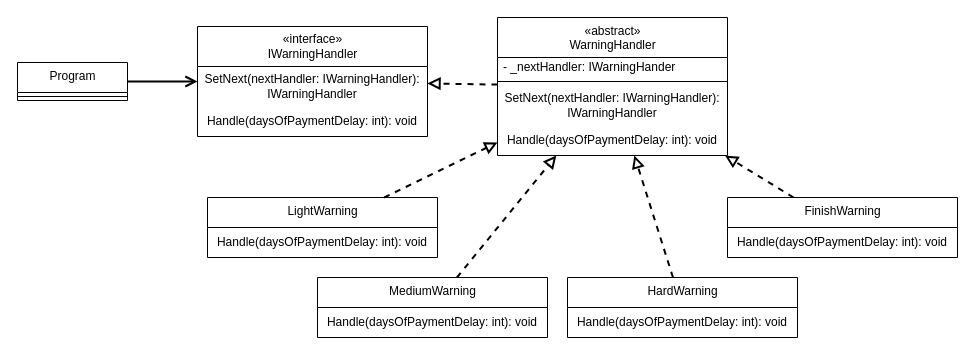
This is DesignPatterns/Behavioral/ChainOfResponsibility/Uml/chainOfResponsibility.drawio from krystianpetek/DesignPatterns, a draw.io file, before an edit. Source tidied: cells renumbered, new cells numbered last; positions are measured from the earlier drawing's top-left corner, leaving out a move shared by most shapes. Both pictures are drawn from the tidied source at 100%, with x=0, y=0 at pixel (17, 17).
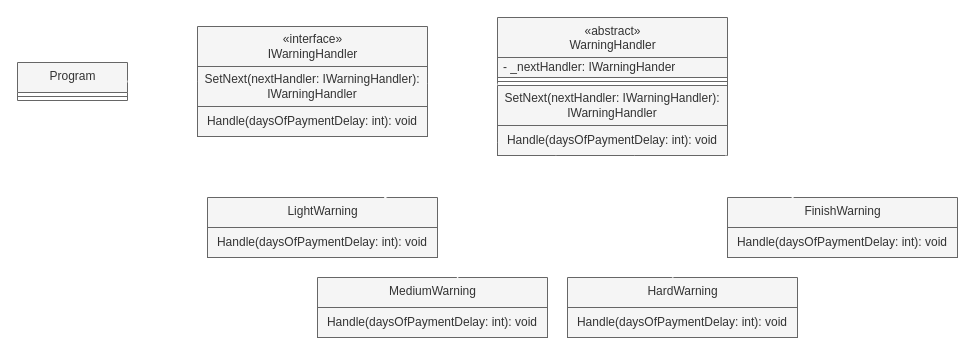
The same page after the edit.

Commit message (it also covers changes not shown here):
Added another Chain of responsibility pattern with notifications example

Diff of the diagram source:
```diff
@@
-    <mxCell id="2" value="&lt;span style=&quot;font-weight: 400;&quot;&gt;«interface»&lt;br&gt;IWarningHandler&lt;br&gt;&lt;/span&gt;" style="swimlane;fontStyle=1;align=center;verticalAlign=middle;horizontal=1;startSize=40;html=1;" parent="1" vertex="1">
+    <mxCell id="2" value="&lt;span style=&quot;font-weight: 400;&quot;&gt;«interface»&lt;br&gt;IWarningHandler&lt;br&gt;&lt;/span&gt;" style="swimlane;fontStyle=1;align=center;verticalAlign=middle;horizontal=1;startSize=40;html=1;fillColor=#f5f5f5;fontColor=#333333;strokeColor=#666666;" parent="1" vertex="1">
       <mxGeometry x="180" y="9" width="230" height="110" as="geometry" />
     </mxCell>
-    <mxCell id="3" value="SetNext(nextHandler: IWarningHandler):&lt;br&gt;IWarningHandler" style="text;html=1;strokeColor=none;fillColor=none;align=center;verticalAlign=middle;spacingLeft=4;spacingRight=4;overflow=hidden;" parent="2" vertex="1">
+    <mxCell id="3" value="SetNext(nextHandler: IWarningHandler):&lt;br&gt;IWarningHandler" style="text;html=1;strokeColor=#666666;fillColor=#f5f5f5;align=center;verticalAlign=middle;spacingLeft=4;spacingRight=4;overflow=hidden;fontColor=#333333;" parent="2" vertex="1">
       <mxGeometry y="40" width="230" height="40" as="geometry" />
     </mxCell>
-    <mxCell id="4" value="Handle(daysOfPaymentDelay: int): void" style="text;html=1;strokeColor=none;fillColor=none;align=center;verticalAlign=middle;spacingLeft=4;spacingRight=4;overflow=hidden;" parent="2" vertex="1">
+    <mxCell id="4" value="Handle(daysOfPaymentDelay: int): void" style="text;html=1;strokeColor=#666666;fillColor=#f5f5f5;align=center;verticalAlign=middle;spacingLeft=4;spacingRight=4;overflow=hidden;fontColor=#333333;" parent="2" vertex="1">
       <mxGeometry y="80" width="230" height="30" as="geometry" />
     </mxCell>
-    <mxCell id="5" value="Program" style="swimlane;fontStyle=0;align=center;verticalAlign=top;horizontal=1;startSize=30;html=1;" parent="1" vertex="1">
+    <mxCell id="5" value="Program" style="swimlane;fontStyle=0;align=center;verticalAlign=top;horizontal=1;startSize=30;html=1;fillColor=#f5f5f5;fontColor=#333333;strokeColor=#666666;" parent="1" vertex="1">
       <mxGeometry y="45" width="110" height="38" as="geometry" />
     </mxCell>
-    <mxCell id="6" style="line;strokeWidth=1;fillColor=none;align=left;verticalAlign=middle;spacingTop=-1;spacingLeft=3;spacingRight=3;labelPosition=right;" parent="5" vertex="1">
+    <mxCell id="6" style="line;strokeWidth=1;fillColor=#f5f5f5;align=left;verticalAlign=middle;spacingTop=-1;spacingLeft=3;spacingRight=3;labelPosition=right;fontColor=#333333;strokeColor=#666666;" parent="5" vertex="1">
       <mxGeometry y="30" width="110" height="8" as="geometry" />
     </mxCell>
-    <mxCell id="7" style="endArrow=open;startArrow=none;endFill=0;startFill=0;endSize=8;html=1;verticalAlign=bottom;labelBackgroundColor=none;strokeWidth=2;sketch=0;" parent="1" edge="1" source="5" target="2">
+    <mxCell id="7" style="endArrow=open;startArrow=none;endFill=0;startFill=0;endSize=8;html=1;verticalAlign=bottom;labelBackgroundColor=none;strokeWidth=2;sketch=0;fillColor=#f5f5f5;strokeColor=#FFFFFF;" parent="1" edge="1" source="5" target="2">
       <mxGeometry relative="1" as="geometry" />
     </mxCell>
-    <mxCell id="8" value="«abstract»&lt;br&gt;WarningHandler" style="swimlane;fontStyle=0;align=center;verticalAlign=top;horizontal=1;startSize=40;html=1;" parent="1" vertex="1">
+    <mxCell id="8" value="«abstract»&lt;br&gt;WarningHandler" style="swimlane;fontStyle=0;align=center;verticalAlign=top;horizontal=1;startSize=40;html=1;fillColor=#f5f5f5;fontColor=#333333;strokeColor=#666666;" parent="1" vertex="1">
       <mxGeometry x="480" width="230" height="138" as="geometry" />
     </mxCell>
-    <mxCell id="9" value="- _nextHandler: IWarningHander" style="text;html=1;strokeColor=none;fillColor=none;align=left;verticalAlign=middle;spacingLeft=4;spacingRight=4;overflow=hidden;" parent="8" vertex="1">
+    <mxCell id="9" value="- _nextHandler: IWarningHander" style="text;html=1;strokeColor=#666666;fillColor=#f5f5f5;align=left;verticalAlign=middle;spacingLeft=4;spacingRight=4;overflow=hidden;fontColor=#333333;" parent="8" vertex="1">
       <mxGeometry y="40" width="230" height="20" as="geometry" />
     </mxCell>
-    <mxCell id="10" style="line;strokeWidth=1;fillColor=none;align=left;verticalAlign=middle;spacingTop=-1;spacingLeft=3;spacingRight=3;labelPosition=right;" parent="8" vertex="1">
+    <mxCell id="10" style="line;strokeWidth=1;fillColor=#f5f5f5;align=left;verticalAlign=middle;spacingTop=-1;spacingLeft=3;spacingRight=3;labelPosition=right;fontColor=#333333;strokeColor=#666666;" parent="8" vertex="1">
       <mxGeometry y="60" width="230" height="8" as="geometry" />
     </mxCell>
-    <mxCell id="11" value="SetNext(nextHandler: IWarningHandler):&lt;br&gt;IWarningHandler" style="text;html=1;strokeColor=none;fillColor=none;align=center;verticalAlign=middle;spacingLeft=4;spacingRight=4;overflow=hidden;" parent="8" vertex="1">
+    <mxCell id="11" value="SetNext(nextHandler: IWarningHandler):&lt;br&gt;IWarningHandler" style="text;html=1;strokeColor=#666666;fillColor=#f5f5f5;align=center;verticalAlign=middle;spacingLeft=4;spacingRight=4;overflow=hidden;fontColor=#333333;" parent="8" vertex="1">
       <mxGeometry y="68" width="230" height="40" as="geometry" />
     </mxCell>
-    <mxCell id="12" value="Handle(daysOfPaymentDelay: int): void" style="text;html=1;strokeColor=none;fillColor=none;align=center;verticalAlign=middle;spacingLeft=4;spacingRight=4;overflow=hidden;" parent="8" vertex="1">
+    <mxCell id="12" value="Handle(daysOfPaymentDelay: int): void" style="text;html=1;strokeColor=#666666;fillColor=#f5f5f5;align=center;verticalAlign=middle;spacingLeft=4;spacingRight=4;overflow=hidden;fontColor=#333333;" parent="8" vertex="1">
       <mxGeometry y="108" width="230" height="30" as="geometry" />
     </mxCell>
-    <mxCell id="13" style="endArrow=block;startArrow=none;endFill=0;startFill=0;endSize=8;html=1;verticalAlign=bottom;dashed=1;labelBackgroundColor=none;sketch=0;strokeWidth=2;" parent="1" edge="1" source="8" target="2">
+    <mxCell id="13" style="endArrow=block;startArrow=none;endFill=0;startFill=0;endSize=8;html=1;verticalAlign=bottom;dashed=1;labelBackgroundColor=none;sketch=0;strokeWidth=2;fillColor=#f5f5f5;strokeColor=#FFFFFF;" parent="1" edge="1" source="8" target="2">
       <mxGeometry relative="1" as="geometry" />
     </mxCell>
-    <mxCell id="14" value="LightWarning" style="swimlane;fontStyle=0;align=center;verticalAlign=top;horizontal=1;startSize=30;html=1;" parent="1" vertex="1">
+    <mxCell id="14" value="LightWarning" style="swimlane;fontStyle=0;align=center;verticalAlign=top;horizontal=1;startSize=30;html=1;fillColor=#f5f5f5;fontColor=#333333;strokeColor=#666666;" parent="1" vertex="1">
       <mxGeometry x="190" y="180" width="230" height="60" as="geometry" />
     </mxCell>
-    <mxCell id="15" value="Handle(daysOfPaymentDelay: int): void" style="text;html=1;strokeColor=none;fillColor=none;align=center;verticalAlign=middle;spacingLeft=4;spacingRight=4;overflow=hidden;" parent="14" vertex="1">
+    <mxCell id="15" value="Handle(daysOfPaymentDelay: int): void" style="text;html=1;strokeColor=#666666;fillColor=#f5f5f5;align=center;verticalAlign=middle;spacingLeft=4;spacingRight=4;overflow=hidden;fontColor=#333333;" parent="14" vertex="1">
       <mxGeometry y="30" width="230" height="30" as="geometry" />
     </mxCell>
-    <mxCell id="16" style="endArrow=block;startArrow=none;endFill=0;startFill=0;endSize=8;html=1;verticalAlign=bottom;dashed=1;labelBackgroundColor=none;sketch=0;strokeWidth=2;" parent="1" edge="1" source="14" target="8">
+    <mxCell id="16" style="endArrow=block;startArrow=none;endFill=0;startFill=0;endSize=8;html=1;verticalAlign=bottom;dashed=1;labelBackgroundColor=none;sketch=0;strokeWidth=2;fillColor=#f5f5f5;strokeColor=#FFFFFF;" parent="1" edge="1" source="14" target="8">
       <mxGeometry relative="1" as="geometry" />
     </mxCell>
-    <mxCell id="17" value="MediumWarning" style="swimlane;fontStyle=0;align=center;verticalAlign=top;horizontal=1;startSize=30;html=1;" parent="1" vertex="1">
+    <mxCell id="17" value="MediumWarning" style="swimlane;fontStyle=0;align=center;verticalAlign=top;horizontal=1;startSize=30;html=1;fillColor=#f5f5f5;fontColor=#333333;strokeColor=#666666;" parent="1" vertex="1">
       <mxGeometry x="300" y="260" width="230" height="60" as="geometry" />
     </mxCell>
-    <mxCell id="18" value="Handle(daysOfPaymentDelay: int): void" style="text;html=1;strokeColor=none;fillColor=none;align=center;verticalAlign=middle;spacingLeft=4;spacingRight=4;overflow=hidden;" parent="17" vertex="1">
+    <mxCell id="18" value="Handle(daysOfPaymentDelay: int): void" style="text;html=1;strokeColor=#666666;fillColor=#f5f5f5;align=center;verticalAlign=middle;spacingLeft=4;spacingRight=4;overflow=hidden;fontColor=#333333;" parent="17" vertex="1">
       <mxGeometry y="30" width="230" height="30" as="geometry" />
     </mxCell>
-    <mxCell id="19" style="endArrow=block;startArrow=none;endFill=0;startFill=0;endSize=8;html=1;verticalAlign=bottom;dashed=1;labelBackgroundColor=none;sketch=0;strokeWidth=2;" parent="1" edge="1" source="17" target="8">
+    <mxCell id="19" style="endArrow=block;startArrow=none;endFill=0;startFill=0;endSize=8;html=1;verticalAlign=bottom;dashed=1;labelBackgroundColor=none;sketch=0;strokeWidth=2;fillColor=#f5f5f5;strokeColor=#FFFFFF;" parent="1" edge="1" source="17" target="8">
       <mxGeometry relative="1" as="geometry" />
     </mxCell>
-    <mxCell id="20" value="FinishWarning" style="swimlane;fontStyle=0;align=center;verticalAlign=top;horizontal=1;startSize=30;html=1;" parent="1" vertex="1">
+    <mxCell id="20" value="FinishWarning" style="swimlane;fontStyle=0;align=center;verticalAlign=top;horizontal=1;startSize=30;html=1;fillColor=#f5f5f5;fontColor=#333333;strokeColor=#666666;" parent="1" vertex="1">
       <mxGeometry x="710" y="180" width="230" height="60" as="geometry" />
     </mxCell>
-    <mxCell id="21" value="Handle(daysOfPaymentDelay: int): void" style="text;html=1;strokeColor=none;fillColor=none;align=center;verticalAlign=middle;spacingLeft=4;spacingRight=4;overflow=hidden;" parent="20" vertex="1">
+    <mxCell id="21" value="Handle(daysOfPaymentDelay: int): void" style="text;html=1;strokeColor=#666666;fillColor=#f5f5f5;align=center;verticalAlign=middle;spacingLeft=4;spacingRight=4;overflow=hidden;fontColor=#333333;" parent="20" vertex="1">
       <mxGeometry y="30" width="230" height="30" as="geometry" />
     </mxCell>
-    <mxCell id="22" value="HardWarning" style="swimlane;fontStyle=0;align=center;verticalAlign=top;horizontal=1;startSize=30;html=1;" parent="1" vertex="1">
+    <mxCell id="22" value="HardWarning" style="swimlane;fontStyle=0;align=center;verticalAlign=top;horizontal=1;startSize=30;html=1;fillColor=#f5f5f5;fontColor=#333333;strokeColor=#666666;" parent="1" vertex="1">
       <mxGeometry x="550" y="260" width="230" height="60" as="geometry" />
     </mxCell>
-    <mxCell id="23" value="Handle(daysOfPaymentDelay: int): void" style="text;html=1;strokeColor=none;fillColor=none;align=center;verticalAlign=middle;spacingLeft=4;spacingRight=4;overflow=hidden;" parent="22" vertex="1">
+    <mxCell id="23" value="Handle(daysOfPaymentDelay: int): void" style="text;html=1;strokeColor=#666666;fillColor=#f5f5f5;align=center;verticalAlign=middle;spacingLeft=4;spacingRight=4;overflow=hidden;fontColor=#333333;" parent="22" vertex="1">
       <mxGeometry y="30" width="230" height="30" as="geometry" />
     </mxCell>
-    <mxCell id="24" style="endArrow=block;startArrow=none;endFill=0;startFill=0;endSize=8;html=1;verticalAlign=bottom;dashed=1;labelBackgroundColor=none;sketch=0;strokeWidth=2;" parent="1" edge="1" source="22" target="8">
+    <mxCell id="24" style="endArrow=block;startArrow=none;endFill=0;startFill=0;endSize=8;html=1;verticalAlign=bottom;dashed=1;labelBackgroundColor=none;sketch=0;strokeWidth=2;fillColor=#f5f5f5;strokeColor=#FFFFFF;" parent="1" edge="1" source="22" target="8">
       <mxGeometry relative="1" as="geometry" />
     </mxCell>
-    <mxCell id="25" style="endArrow=block;startArrow=none;endFill=0;startFill=0;endSize=8;html=1;verticalAlign=bottom;dashed=1;labelBackgroundColor=none;sketch=0;strokeWidth=2;" parent="1" edge="1" source="20" target="8">
+    <mxCell id="25" style="endArrow=block;startArrow=none;endFill=0;startFill=0;endSize=8;html=1;verticalAlign=bottom;dashed=1;labelBackgroundColor=none;sketch=0;strokeWidth=2;fillColor=#f5f5f5;strokeColor=#FFFFFF;" parent="1" edge="1" source="20" target="8">
       <mxGeometry relative="1" as="geometry" />
     </mxCell>
```
